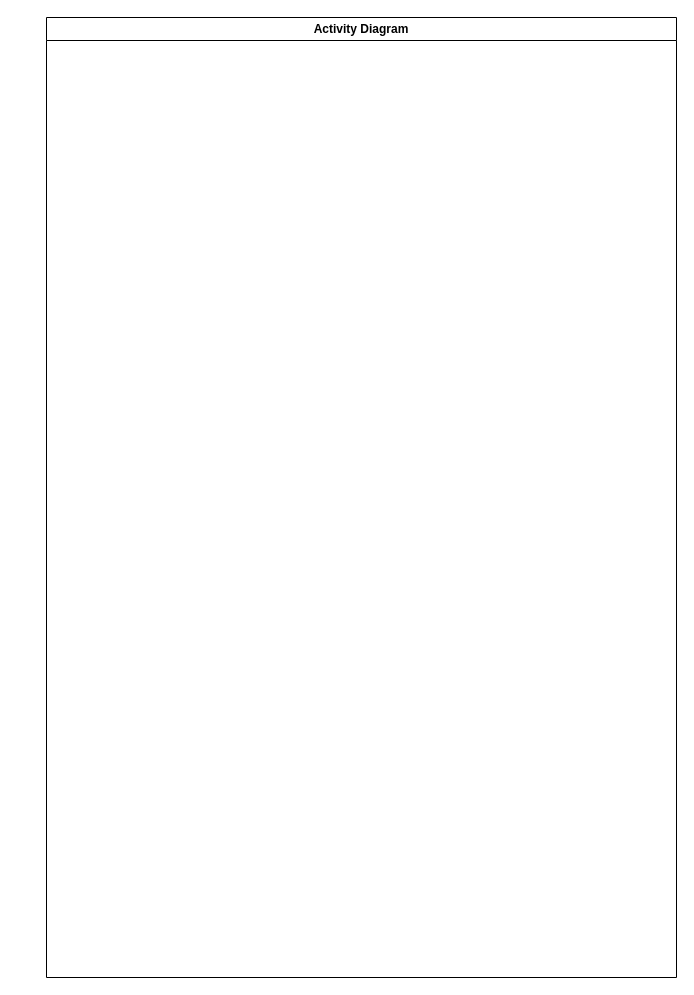
This is page "Activity Diagram" (2 of 3) of 2805ICT-3815ICT-7805ICT-Milestone1.drawio from JM061/2805ICT-3815ICT-7805ICT-Assignment-1, a draw.io file, before an edit. Source tidied: cells renumbered, new cells numbered last; positions are measured from the earlier drawing's top-left corner, leaving out a move shared by most shapes. Both pictures are drawn from the tidied source at 100%, with x=0, y=0 at pixel (46, 17).
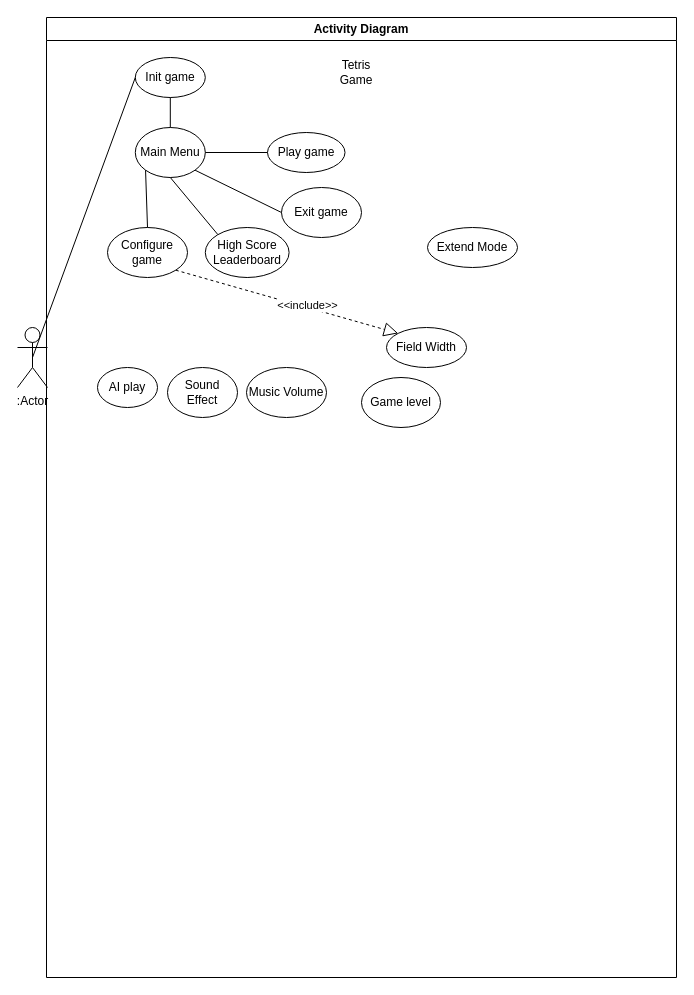
The same page after the edit.

Unchanged cells that the change refers to:
```xml
<mxCell id="2" value="Activity Diagram" style="swimlane;whiteSpace=wrap;html=1;startSize=23;" parent="1" vertex="1">
  <mxGeometry width="630" height="960" as="geometry" />
</mxCell>
```

What changed in the source:
```diff
@@
+    <mxCell id="3" value="Init game" style="ellipse;whiteSpace=wrap;html=1;" parent="2" vertex="1">
+      <mxGeometry x="88.8" y="40" width="70" height="40" as="geometry" />
+    </mxCell>
+    <mxCell id="4" value="Tetris Game" style="text;html=1;align=center;verticalAlign=middle;whiteSpace=wrap;rounded=0;" parent="2" vertex="1">
+      <mxGeometry x="280" y="40" width="60" height="30" as="geometry" />
+    </mxCell>
+    <mxCell id="5" value="Play game" style="ellipse;whiteSpace=wrap;html=1;" parent="2" vertex="1">
+      <mxGeometry x="221" y="115" width="77.5" height="40" as="geometry" />
+    </mxCell>
+    <mxCell id="6" value="Configure game" style="ellipse;whiteSpace=wrap;html=1;" parent="2" vertex="1">
+      <mxGeometry x="61" y="210" width="80" height="50" as="geometry" />
+    </mxCell>
+    <mxCell id="7" value="High Score Leaderboard" style="ellipse;whiteSpace=wrap;html=1;" parent="2" vertex="1">
+      <mxGeometry x="158.8" y="210" width="83.8" height="50" as="geometry" />
+    </mxCell>
+    <mxCell id="8" value="Main Menu" style="ellipse;whiteSpace=wrap;html=1;" parent="2" vertex="1">
+      <mxGeometry x="88.8" y="110" width="70" height="50" as="geometry" />
+    </mxCell>
+    <mxCell id="9" value="Exit game" style="ellipse;whiteSpace=wrap;html=1;" parent="2" vertex="1">
+      <mxGeometry x="235" y="170" width="80" height="50" as="geometry" />
+    </mxCell>
+    <mxCell id="10" style="endArrow=none;html=1;rounded=0;exitX=0.5;exitY=0;exitDx=0;exitDy=0;entryX=0;entryY=1;entryDx=0;entryDy=0;" parent="2" edge="1" source="6" target="8">
+      <mxGeometry relative="1" as="geometry" />
+    </mxCell>
+    <mxCell id="11" style="endArrow=none;html=1;rounded=0;exitX=1;exitY=0.5;exitDx=0;exitDy=0;entryX=0;entryY=0.5;entryDx=0;entryDy=0;" parent="2" edge="1" source="8" target="5">
+      <mxGeometry relative="1" as="geometry" />
+    </mxCell>
+    <mxCell id="12" style="endArrow=none;html=1;rounded=0;exitX=0.5;exitY=1;exitDx=0;exitDy=0;entryX=0;entryY=0;entryDx=0;entryDy=0;" parent="2" edge="1" source="8" target="7">
+      <mxGeometry relative="1" as="geometry" />
+    </mxCell>
+    <mxCell id="13" style="endArrow=none;html=1;rounded=0;exitX=1;exitY=1;exitDx=0;exitDy=0;entryX=0;entryY=0.5;entryDx=0;entryDy=0;" parent="2" edge="1" source="8" target="9">
+      <mxGeometry relative="1" as="geometry" />
+    </mxCell>
+    <mxCell id="14" style="endArrow=none;html=1;rounded=0;exitX=0.5;exitY=1;exitDx=0;exitDy=0;entryX=0.5;entryY=0;entryDx=0;entryDy=0;" parent="2" edge="1" source="3" target="8">
+      <mxGeometry relative="1" as="geometry" />
+    </mxCell>
+    <mxCell id="15" value="AI play" style="ellipse;whiteSpace=wrap;html=1;" parent="2" vertex="1">
+      <mxGeometry x="51" y="350" width="60" height="40" as="geometry" />
+    </mxCell>
+    <mxCell id="16" value="Sound Effect" style="ellipse;whiteSpace=wrap;html=1;" parent="2" vertex="1">
+      <mxGeometry x="121" y="350" width="70" height="50" as="geometry" />
+    </mxCell>
+    <mxCell id="17" value="Music Volume" style="ellipse;whiteSpace=wrap;html=1;" parent="2" vertex="1">
+      <mxGeometry x="200" y="350" width="80" height="50" as="geometry" />
+    </mxCell>
+    <mxCell id="18" value="Game level" style="ellipse;whiteSpace=wrap;html=1;" parent="2" vertex="1">
+      <mxGeometry x="315" y="360" width="79" height="50" as="geometry" />
+    </mxCell>
+    <mxCell id="19" value="Field Width" style="ellipse;whiteSpace=wrap;html=1;" parent="2" vertex="1">
+      <mxGeometry x="340" y="310" width="80" height="40" as="geometry" />
+    </mxCell>
+    <mxCell id="20" value="Extend Mode" style="ellipse;whiteSpace=wrap;html=1;" parent="2" vertex="1">
+      <mxGeometry x="381" y="210" width="90" height="40" as="geometry" />
+    </mxCell>
+    <mxCell id="21" style="endArrow=block;dashed=1;endFill=0;endSize=12;html=1;rounded=0;exitX=1;exitY=1;exitDx=0;exitDy=0;entryX=0;entryY=0;entryDx=0;entryDy=0;" parent="2" edge="1" source="6" target="19">
+      <mxGeometry relative="1" as="geometry" />
+    </mxCell>
+    <mxCell id="22" value="&amp;lt;&amp;lt;include&amp;gt;&amp;gt;" style="edgeLabel;html=1;align=center;verticalAlign=middle;" parent="21" vertex="1">
+      <mxGeometry x="0.18" y="2" relative="1" as="geometry" />
+    </mxCell>
+    <mxCell id="23" value=":Actor" style="shape=umlActor;verticalLabelPosition=bottom;verticalAlign=top;html=1;outlineConnect=0;" parent="1" vertex="1">
+      <mxGeometry x="-29" y="310" width="30" height="60" as="geometry" />
+    </mxCell>
+    <mxCell id="24" style="endArrow=none;html=1;rounded=0;exitX=0.5;exitY=0.5;exitDx=0;exitDy=0;exitPerimeter=0;entryX=0;entryY=0.5;entryDx=0;entryDy=0;" parent="1" edge="1" source="23" target="3">
+      <mxGeometry relative="1" as="geometry" />
+    </mxCell>
```
